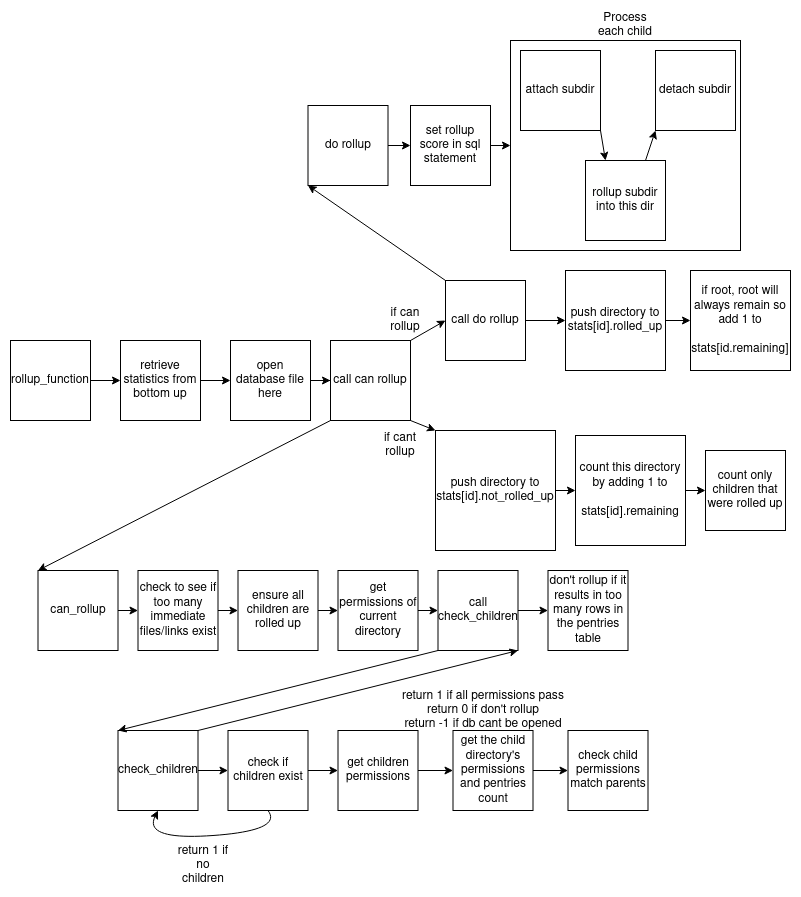
This is docs/latex/images/rollup_function.png from mar-file-system/GUFI, a draw.io export, as it was before one commit. Source tidied: cells renumbered, new cells last; positions are measured from the earlier drawing's top-left corner, leaving out a move shared by most shapes.
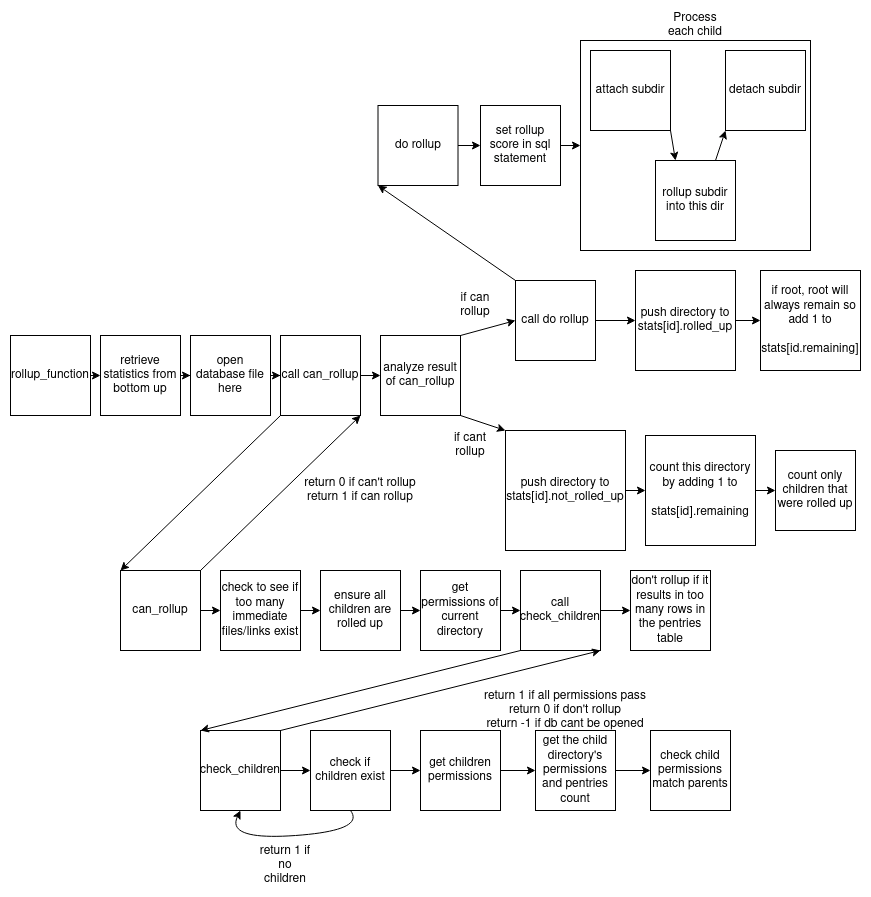
The same file after the commit.

What changed in the source:
```diff
@@ -6,22 +6,22 @@
       <mxGeometry relative="1" as="geometry" />
     </mxCell>
     <mxCell id="3" value="rollup_function" style="whiteSpace=wrap;html=1;" parent="1" vertex="1">
-      <mxGeometry y="330" width="80" height="80" as="geometry" />
+      <mxGeometry y="325" width="80" height="80" as="geometry" />
     </mxCell>
-    <mxCell id="4" style="edgeStyle=orthogonalEdgeStyle;rounded=0;jettySize=auto;html=1;exitX=1;exitY=0.5;exitDx=0;exitDy=0;entryX=0;entryY=0.5;entryDx=0;entryDy=0;" parent="1" edge="1" source="5" target="7">
+    <mxCell id="4" style="edgeStyle=orthogonalEdgeStyle;rounded=0;jettySize=auto;html=1;exitX=1;exitY=0.5;exitDx=0;exitDy=0;" parent="1" edge="1" source="5" target="7">
       <mxGeometry relative="1" as="geometry" />
     </mxCell>
     <mxCell id="5" value="retrieve statistics from bottom up" style="whiteSpace=wrap;html=1;" parent="1" vertex="1">
-      <mxGeometry x="110" y="330" width="80" height="80" as="geometry" />
+      <mxGeometry x="90" y="325" width="80" height="80" as="geometry" />
     </mxCell>
-    <mxCell id="6" style="edgeStyle=orthogonalEdgeStyle;rounded=0;jettySize=auto;html=1;exitX=1;exitY=0.5;exitDx=0;exitDy=0;" parent="1" edge="1" source="7" target="8">
-      <mxGeometry relative="1" as="geometry" />
-    </mxCell>
+    <mxCell id="61" style="edgeStyle=orthogonalEdgeStyle;rounded=0;jettySize=auto;html=1;exitX=1;exitY=0.5;exitDx=0;exitDy=0;" parent="1" edge="1" source="7" target="63">
+      <mxGeometry relative="1" as="geometry" />
+    </mxCell>
     <mxCell id="7" value="open database file here" style="whiteSpace=wrap;html=1;" parent="1" vertex="1">
-      <mxGeometry x="220" y="330" width="80" height="80" as="geometry" />
+      <mxGeometry x="180" y="325" width="80" height="80" as="geometry" />
     </mxCell>
-    <mxCell id="8" value="call can rollup" style="whiteSpace=wrap;html=1;" parent="1" vertex="1">
-      <mxGeometry x="320" y="330" width="80" height="80" as="geometry" />
+    <mxCell id="8" value="analyze result of can_rollup" style="whiteSpace=wrap;html=1;" parent="1" vertex="1">
+      <mxGeometry x="370" y="325" width="80" height="80" as="geometry" />
     </mxCell>
     <mxCell id="9" style="endArrow=classic;html=1;rounded=0;exitX=1;exitY=0;exitDx=0;exitDy=0;entryX=0;entryY=0.5;entryDx=0;entryDy=0;" parent="1" edge="1" source="8" target="11">
       <mxGeometry relative="1" as="geometry" />
@@ -30,64 +30,64 @@
       <mxGeometry relative="1" as="geometry" />
     </mxCell>
     <mxCell id="11" value="call do rollup" style="whiteSpace=wrap;html=1;" parent="1" vertex="1">
-      <mxGeometry x="435" y="270" width="80" height="80" as="geometry" />
+      <mxGeometry x="505" y="270" width="80" height="80" as="geometry" />
     </mxCell>
     <mxCell id="12" value="if can rollup" style="text;html=1;strokeColor=none;fillColor=none;align=center;verticalAlign=middle;whiteSpace=wrap;rounded=0;" parent="1" vertex="1">
-      <mxGeometry x="365" y="295" width="60" height="30" as="geometry" />
+      <mxGeometry x="435" y="280" width="60" height="30" as="geometry" />
     </mxCell>
     <mxCell id="13" style="edgeStyle=orthogonalEdgeStyle;rounded=0;jettySize=auto;html=1;exitX=1;exitY=0.5;exitDx=0;exitDy=0;entryX=0;entryY=0.5;entryDx=0;entryDy=0;" parent="1" edge="1" source="14" target="60">
       <mxGeometry relative="1" as="geometry" />
     </mxCell>
     <mxCell id="14" value="push directory to stats[id].rolled_up" style="whiteSpace=wrap;html=1;" parent="1" vertex="1">
-      <mxGeometry x="555" y="260" width="100" height="100" as="geometry" />
+      <mxGeometry x="625" y="260" width="100" height="100" as="geometry" />
     </mxCell>
     <mxCell id="15" style="edgeStyle=orthogonalEdgeStyle;rounded=0;jettySize=auto;html=1;exitX=1;exitY=0.5;exitDx=0;exitDy=0;entryX=0;entryY=0.5;entryDx=0;entryDy=0;" parent="1" edge="1" source="16" target="20">
       <mxGeometry relative="1" as="geometry" />
     </mxCell>
     <mxCell id="16" value="push directory to stats[id].not_rolled_up" style="whiteSpace=wrap;html=1;" parent="1" vertex="1">
-      <mxGeometry x="425" y="420" width="120" height="120" as="geometry" />
+      <mxGeometry x="495" y="420" width="120" height="120" as="geometry" />
     </mxCell>
     <mxCell id="17" style="endArrow=classic;html=1;rounded=0;exitX=1;exitY=1;exitDx=0;exitDy=0;entryX=0;entryY=0;entryDx=0;entryDy=0;" parent="1" edge="1" source="8" target="16">
       <mxGeometry relative="1" as="geometry" />
     </mxCell>
     <mxCell id="18" value="if cant rollup" style="text;html=1;strokeColor=none;fillColor=none;align=center;verticalAlign=middle;whiteSpace=wrap;rounded=0;" parent="1" vertex="1">
-      <mxGeometry x="360" y="420" width="60" height="30" as="geometry" />
+      <mxGeometry x="430" y="420" width="60" height="30" as="geometry" />
     </mxCell>
     <mxCell id="19" style="edgeStyle=orthogonalEdgeStyle;rounded=0;jettySize=auto;html=1;exitX=1;exitY=0.5;exitDx=0;exitDy=0;entryX=0;entryY=0.5;entryDx=0;entryDy=0;" parent="1" edge="1" source="20" target="21">
       <mxGeometry relative="1" as="geometry" />
     </mxCell>
     <mxCell id="20" value="count this directory by adding 1 to &lt;br&gt;&lt;br&gt;stats[id].remaining" style="whiteSpace=wrap;html=1;" parent="1" vertex="1">
-      <mxGeometry x="565" y="425" width="110" height="110" as="geometry" />
+      <mxGeometry x="635" y="425" width="110" height="110" as="geometry" />
     </mxCell>
     <mxCell id="21" value="count only children that were rolled up" style="whiteSpace=wrap;html=1;" parent="1" vertex="1">
-      <mxGeometry x="695" y="440" width="80" height="80" as="geometry" />
+      <mxGeometry x="765" y="440" width="80" height="80" as="geometry" />
     </mxCell>
     <mxCell id="22" style="edgeStyle=orthogonalEdgeStyle;rounded=0;jettySize=auto;html=1;" parent="1" edge="1" source="23" target="25">
       <mxGeometry relative="1" as="geometry" />
     </mxCell>
     <mxCell id="23" value="do rollup" style="whiteSpace=wrap;html=1;" parent="1" vertex="1">
-      <mxGeometry x="297.5" y="95" width="80" height="80" as="geometry" />
+      <mxGeometry x="367.5" y="95" width="80" height="80" as="geometry" />
     </mxCell>
     <mxCell id="24" style="edgeStyle=orthogonalEdgeStyle;rounded=0;jettySize=auto;html=1;exitX=1;exitY=0.5;exitDx=0;exitDy=0;entryX=0;entryY=0.5;entryDx=0;entryDy=0;" parent="1" edge="1" source="25" target="26">
       <mxGeometry relative="1" as="geometry" />
     </mxCell>
     <mxCell id="25" value="set rollup score in sql statement" style="whiteSpace=wrap;html=1;" parent="1" vertex="1">
-      <mxGeometry x="400" y="95" width="80" height="80" as="geometry" />
+      <mxGeometry x="470" y="95" width="80" height="80" as="geometry" />
     </mxCell>
     <mxCell id="26" style="rounded=0;whiteSpace=wrap;html=1;" parent="1" vertex="1">
-      <mxGeometry x="500" y="30" width="230" height="210" as="geometry" />
+      <mxGeometry x="570" y="30" width="230" height="210" as="geometry" />
     </mxCell>
     <mxCell id="27" value="Process each child" style="text;html=1;strokeColor=none;fillColor=none;align=center;verticalAlign=middle;whiteSpace=wrap;rounded=0;" parent="1" vertex="1">
-      <mxGeometry x="585" width="60" height="30" as="geometry" />
+      <mxGeometry x="655" width="60" height="30" as="geometry" />
     </mxCell>
     <mxCell id="28" value="attach subdir" style="whiteSpace=wrap;html=1;" parent="1" vertex="1">
-      <mxGeometry x="510" y="40" width="80" height="80" as="geometry" />
+      <mxGeometry x="580" y="40" width="80" height="80" as="geometry" />
     </mxCell>
     <mxCell id="29" value="rollup subdir into this dir" style="whiteSpace=wrap;html=1;" parent="1" vertex="1">
-      <mxGeometry x="575" y="150" width="80" height="80" as="geometry" />
+      <mxGeometry x="645" y="150" width="80" height="80" as="geometry" />
     </mxCell>
     <mxCell id="30" value="detach subdir" style="whiteSpace=wrap;html=1;" parent="1" vertex="1">
-      <mxGeometry x="645" y="40" width="80" height="80" as="geometry" />
+      <mxGeometry x="715" y="40" width="80" height="80" as="geometry" />
     </mxCell>
     <mxCell id="31" style="endArrow=classic;html=1;rounded=0;exitX=1;exitY=1;exitDx=0;exitDy=0;entryX=0.25;entryY=0;entryDx=0;entryDy=0;" parent="1" edge="1" source="28" target="29">
       <mxGeometry relative="1" as="geometry" />
@@ -102,42 +102,39 @@
       <mxGeometry relative="1" as="geometry" />
     </mxCell>
     <mxCell id="35" value="can_rollup" style="whiteSpace=wrap;html=1;" parent="1" vertex="1">
-      <mxGeometry x="27.5" y="560" width="80" height="80" as="geometry" />
+      <mxGeometry x="110" y="560" width="80" height="80" as="geometry" />
     </mxCell>
     <mxCell id="36" style="edgeStyle=orthogonalEdgeStyle;rounded=0;jettySize=auto;html=1;exitX=1;exitY=0.5;exitDx=0;exitDy=0;entryX=0;entryY=0.5;entryDx=0;entryDy=0;" parent="1" edge="1" source="37" target="39">
       <mxGeometry relative="1" as="geometry" />
     </mxCell>
     <mxCell id="37" value="check to see if too many immediate files/links exist" style="whiteSpace=wrap;html=1;" parent="1" vertex="1">
-      <mxGeometry x="127.5" y="560" width="80" height="80" as="geometry" />
+      <mxGeometry x="210" y="560" width="80" height="80" as="geometry" />
     </mxCell>
     <mxCell id="38" style="edgeStyle=orthogonalEdgeStyle;rounded=0;jettySize=auto;html=1;exitX=1;exitY=0.5;exitDx=0;exitDy=0;entryX=0;entryY=0.5;entryDx=0;entryDy=0;" parent="1" edge="1" source="39" target="41">
       <mxGeometry relative="1" as="geometry" />
     </mxCell>
     <mxCell id="39" value="ensure all children are rolled up" style="whiteSpace=wrap;html=1;" parent="1" vertex="1">
-      <mxGeometry x="227.5" y="560" width="80" height="80" as="geometry" />
+      <mxGeometry x="310" y="560" width="80" height="80" as="geometry" />
     </mxCell>
     <mxCell id="40" style="edgeStyle=orthogonalEdgeStyle;rounded=0;jettySize=auto;html=1;exitX=1;exitY=0.5;exitDx=0;exitDy=0;entryX=0;entryY=0.5;entryDx=0;entryDy=0;" parent="1" edge="1" source="41" target="43">
       <mxGeometry relative="1" as="geometry" />
     </mxCell>
     <mxCell id="41" value="get permissions of current directory" style="whiteSpace=wrap;html=1;" parent="1" vertex="1">
-      <mxGeometry x="327.5" y="560" width="80" height="80" as="geometry" />
+      <mxGeometry x="410" y="560" width="80" height="80" as="geometry" />
     </mxCell>
     <mxCell id="42" style="edgeStyle=orthogonalEdgeStyle;rounded=0;jettySize=auto;html=1;exitX=1;exitY=0.5;exitDx=0;exitDy=0;" parent="1" edge="1" source="43">
       <mxGeometry relative="1" as="geometry">
-        <mxPoint x="537.5" y="600" as="targetPoint" />
+        <mxPoint x="620" y="600" as="targetPoint" />
       </mxGeometry>
     </mxCell>
     <mxCell id="43" value="call check_children" style="whiteSpace=wrap;html=1;" parent="1" vertex="1">
-      <mxGeometry x="427.5" y="560" width="80" height="80" as="geometry" />
+      <mxGeometry x="510" y="560" width="80" height="80" as="geometry" />
     </mxCell>
     <mxCell id="44" value="don't rollup if it results in too many rows in the pentries table" style="whiteSpace=wrap;html=1;" parent="1" vertex="1">
-      <mxGeometry x="537.5" y="560" width="80" height="80" as="geometry" />
+      <mxGeometry x="620" y="560" width="80" height="80" as="geometry" />
     </mxCell>
-    <mxCell id="45" style="endArrow=classic;html=1;rounded=0;exitX=0;exitY=1;exitDx=0;exitDy=0;entryX=0;entryY=0;entryDx=0;entryDy=0;" parent="1" edge="1" source="8" target="35">
-      <mxGeometry relative="1" as="geometry" />
-    </mxCell>
     <mxCell id="46" value="check_children" style="whiteSpace=wrap;html=1;fontColor=#000000;" parent="1" vertex="1">
-      <mxGeometry x="107.5" y="720" width="80" height="80" as="geometry" />
+      <mxGeometry x="190" y="720" width="80" height="80" as="geometry" />
     </mxCell>
     <mxCell id="47" style="endArrow=classic;html=1;rounded=0;entryX=0;entryY=0.5;entryDx=0;entryDy=0;exitX=1;exitY=0.5;exitDx=0;exitDy=0;" parent="1" edge="1" source="46" target="49">
       <mxGeometry relative="1" as="geometry" />
@@ -146,22 +143,22 @@
       <mxGeometry relative="1" as="geometry" />
     </mxCell>
     <mxCell id="49" value="check if children exist" style="whiteSpace=wrap;html=1;" parent="1" vertex="1">
-      <mxGeometry x="217.5" y="720" width="80" height="80" as="geometry" />
+      <mxGeometry x="300" y="720" width="80" height="80" as="geometry" />
     </mxCell>
     <mxCell id="50" style="edgeStyle=orthogonalEdgeStyle;rounded=0;jettySize=auto;html=1;exitX=1;exitY=0.5;exitDx=0;exitDy=0;entryX=0;entryY=0.5;entryDx=0;entryDy=0;" parent="1" edge="1" source="51" target="53">
       <mxGeometry relative="1" as="geometry" />
     </mxCell>
     <mxCell id="51" value="get children permissions" style="whiteSpace=wrap;html=1;" parent="1" vertex="1">
-      <mxGeometry x="327.5" y="720" width="80" height="80" as="geometry" />
+      <mxGeometry x="410" y="720" width="80" height="80" as="geometry" />
     </mxCell>
     <mxCell id="52" style="edgeStyle=orthogonalEdgeStyle;rounded=0;jettySize=auto;html=1;exitX=1;exitY=0.5;exitDx=0;exitDy=0;" parent="1" edge="1" source="53" target="54">
       <mxGeometry relative="1" as="geometry" />
     </mxCell>
     <mxCell id="53" value="get the child directory's permissions and pentries count" style="whiteSpace=wrap;html=1;" parent="1" vertex="1">
-      <mxGeometry x="442.5" y="720" width="80" height="80" as="geometry" />
+      <mxGeometry x="525" y="720" width="80" height="80" as="geometry" />
     </mxCell>
     <mxCell id="54" value="check child permissions match parents" style="whiteSpace=wrap;html=1;" parent="1" vertex="1">
-      <mxGeometry x="557.5" y="720" width="80" height="80" as="geometry" />
+      <mxGeometry x="640" y="720" width="80" height="80" as="geometry" />
     </mxCell>
     <mxCell id="55" style="endArrow=classic;html=1;rounded=0;exitX=0;exitY=1;exitDx=0;exitDy=0;entryX=0;entryY=0;entryDx=0;entryDy=0;" parent="1" edge="1" source="43" target="46">
       <mxGeometry relative="1" as="geometry" />
@@ -170,21 +167,36 @@
       <mxGeometry relative="1" as="geometry" />
     </mxCell>
     <mxCell id="57" value="&lt;div&gt;return 1 if all permissions pass&lt;/div&gt;&lt;div&gt;return 0 if don't rollup&lt;/div&gt;&lt;div&gt;return -1 if db cant be opened&lt;br&gt;&lt;/div&gt;" style="text;html=1;strokeColor=none;fillColor=none;align=center;verticalAlign=middle;whiteSpace=wrap;rounded=0;" parent="1" vertex="1">
-      <mxGeometry x="367.5" y="680" width="210" height="40" as="geometry" />
+      <mxGeometry x="450" y="680" width="210" height="40" as="geometry" />
     </mxCell>
     <mxCell id="58" style="curved=1;endArrow=classic;html=1;rounded=0;exitX=0.5;exitY=1;exitDx=0;exitDy=0;entryX=0.5;entryY=1;entryDx=0;entryDy=0;" parent="1" edge="1" source="49" target="46">
       <mxGeometry relative="1" as="geometry">
         <Array as="points">
-          <mxPoint x="272.5" y="820" />
-          <mxPoint x="132.5" y="830" />
+          <mxPoint x="355" y="820" />
+          <mxPoint x="215" y="830" />
         </Array>
       </mxGeometry>
     </mxCell>
     <mxCell id="59" value="return 1 if no children" style="text;html=1;strokeColor=none;fillColor=none;align=center;verticalAlign=middle;whiteSpace=wrap;rounded=0;" parent="1" vertex="1">
-      <mxGeometry x="162.5" y="840" width="60" height="30" as="geometry" />
+      <mxGeometry x="245" y="840" width="60" height="30" as="geometry" />
     </mxCell>
     <mxCell id="60" value="&lt;div&gt;if root, root will always remain so add 1 to&lt;/div&gt;&lt;div&gt;&lt;br&gt;&lt;/div&gt;&lt;div&gt;stats[id.remaining]&lt;br&gt;&lt;/div&gt;" style="whiteSpace=wrap;html=1;" parent="1" vertex="1">
-      <mxGeometry x="680" y="260" width="100" height="100" as="geometry" />
+      <mxGeometry x="750" y="260" width="100" height="100" as="geometry" />
     </mxCell>
+    <mxCell id="62" style="edgeStyle=orthogonalEdgeStyle;rounded=0;jettySize=auto;html=1;exitX=1;exitY=0.5;exitDx=0;exitDy=0;entryX=0;entryY=0.5;entryDx=0;entryDy=0;" parent="1" edge="1" source="63" target="8">
+      <mxGeometry relative="1" as="geometry" />
+    </mxCell>
+    <mxCell id="63" value="call can_rollup" style="whiteSpace=wrap;html=1;" parent="1" vertex="1">
+      <mxGeometry x="270" y="325" width="80" height="80" as="geometry" />
+    </mxCell>
+    <mxCell id="64" style="endArrow=classic;html=1;rounded=0;exitX=0;exitY=1;exitDx=0;exitDy=0;entryX=0;entryY=0;entryDx=0;entryDy=0;" parent="1" edge="1" source="63" target="35">
+      <mxGeometry relative="1" as="geometry" />
+    </mxCell>
+    <mxCell id="65" style="endArrow=classic;html=1;rounded=0;exitX=1;exitY=0;exitDx=0;exitDy=0;entryX=1;entryY=1;entryDx=0;entryDy=0;" parent="1" edge="1" source="35" target="63">
+      <mxGeometry relative="1" as="geometry" />
+    </mxCell>
+    <mxCell id="66" value="&lt;div&gt;return 0 if can't rollup&lt;/div&gt;&lt;div&gt;return 1 if can rollup&lt;br&gt;&lt;/div&gt;" style="text;html=1;strokeColor=none;fillColor=none;align=center;verticalAlign=middle;whiteSpace=wrap;rounded=0;" parent="1" vertex="1">
+      <mxGeometry x="290" y="465" width="120" height="30" as="geometry" />
+    </mxCell>
   </root>
 </mxGraphModel>
```
